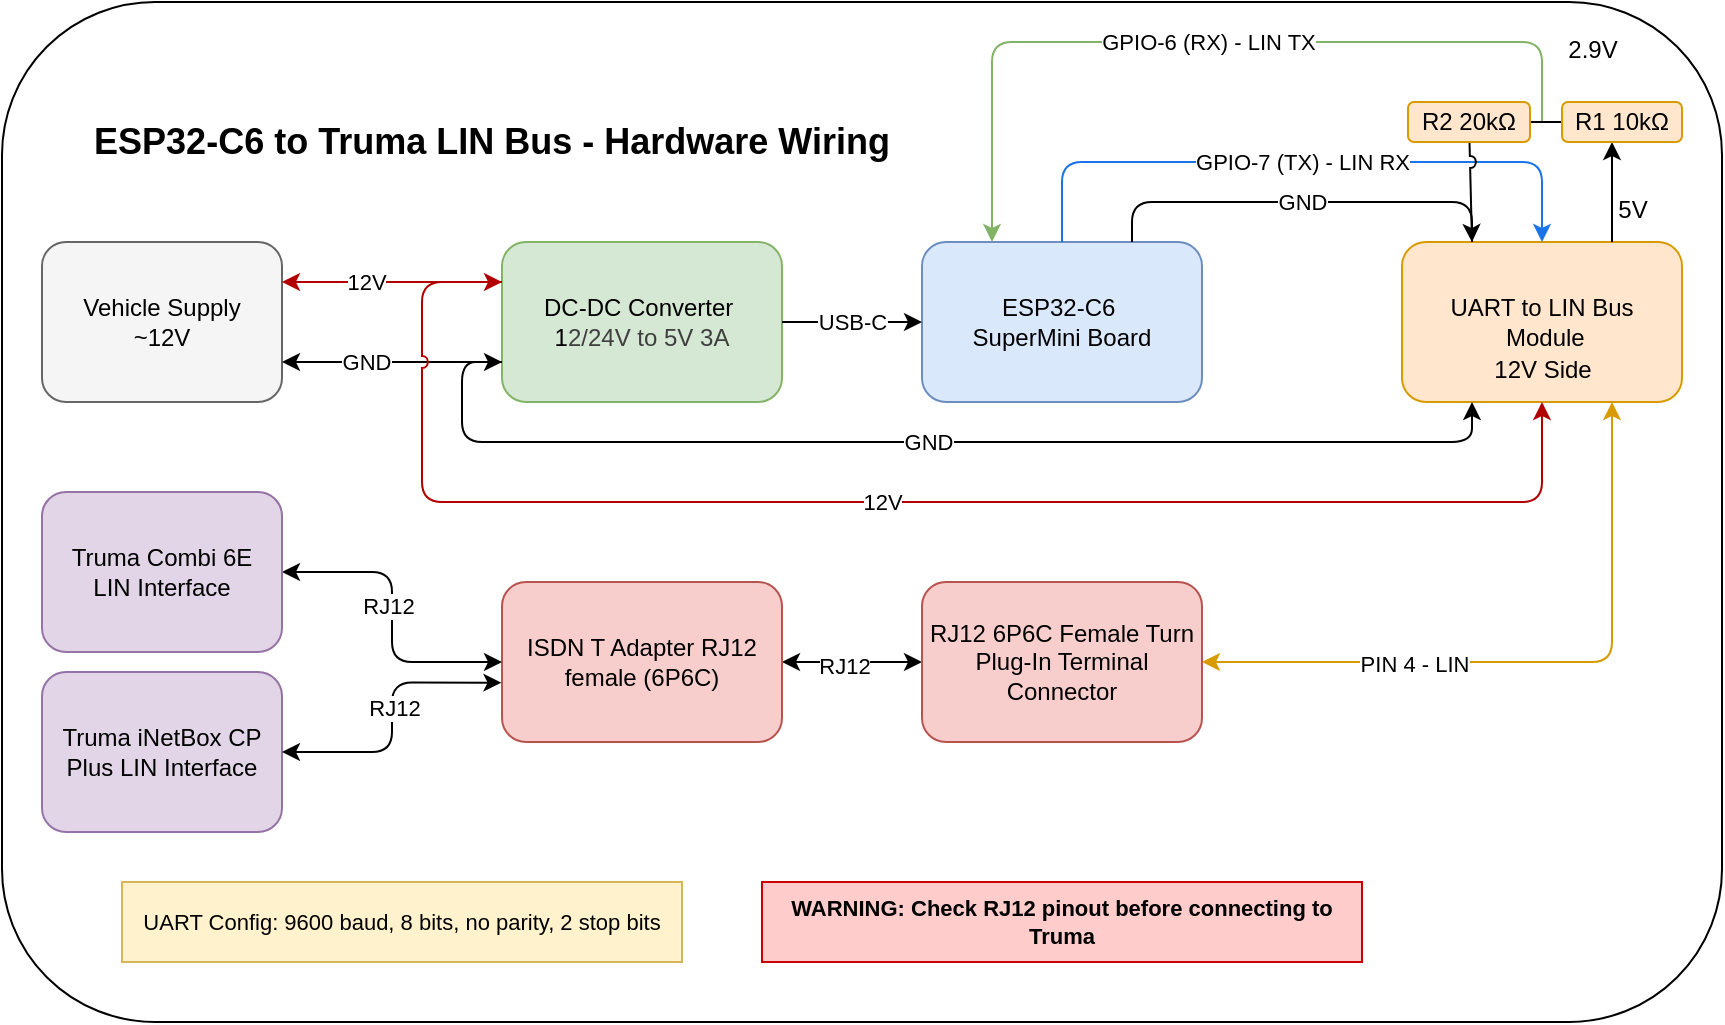
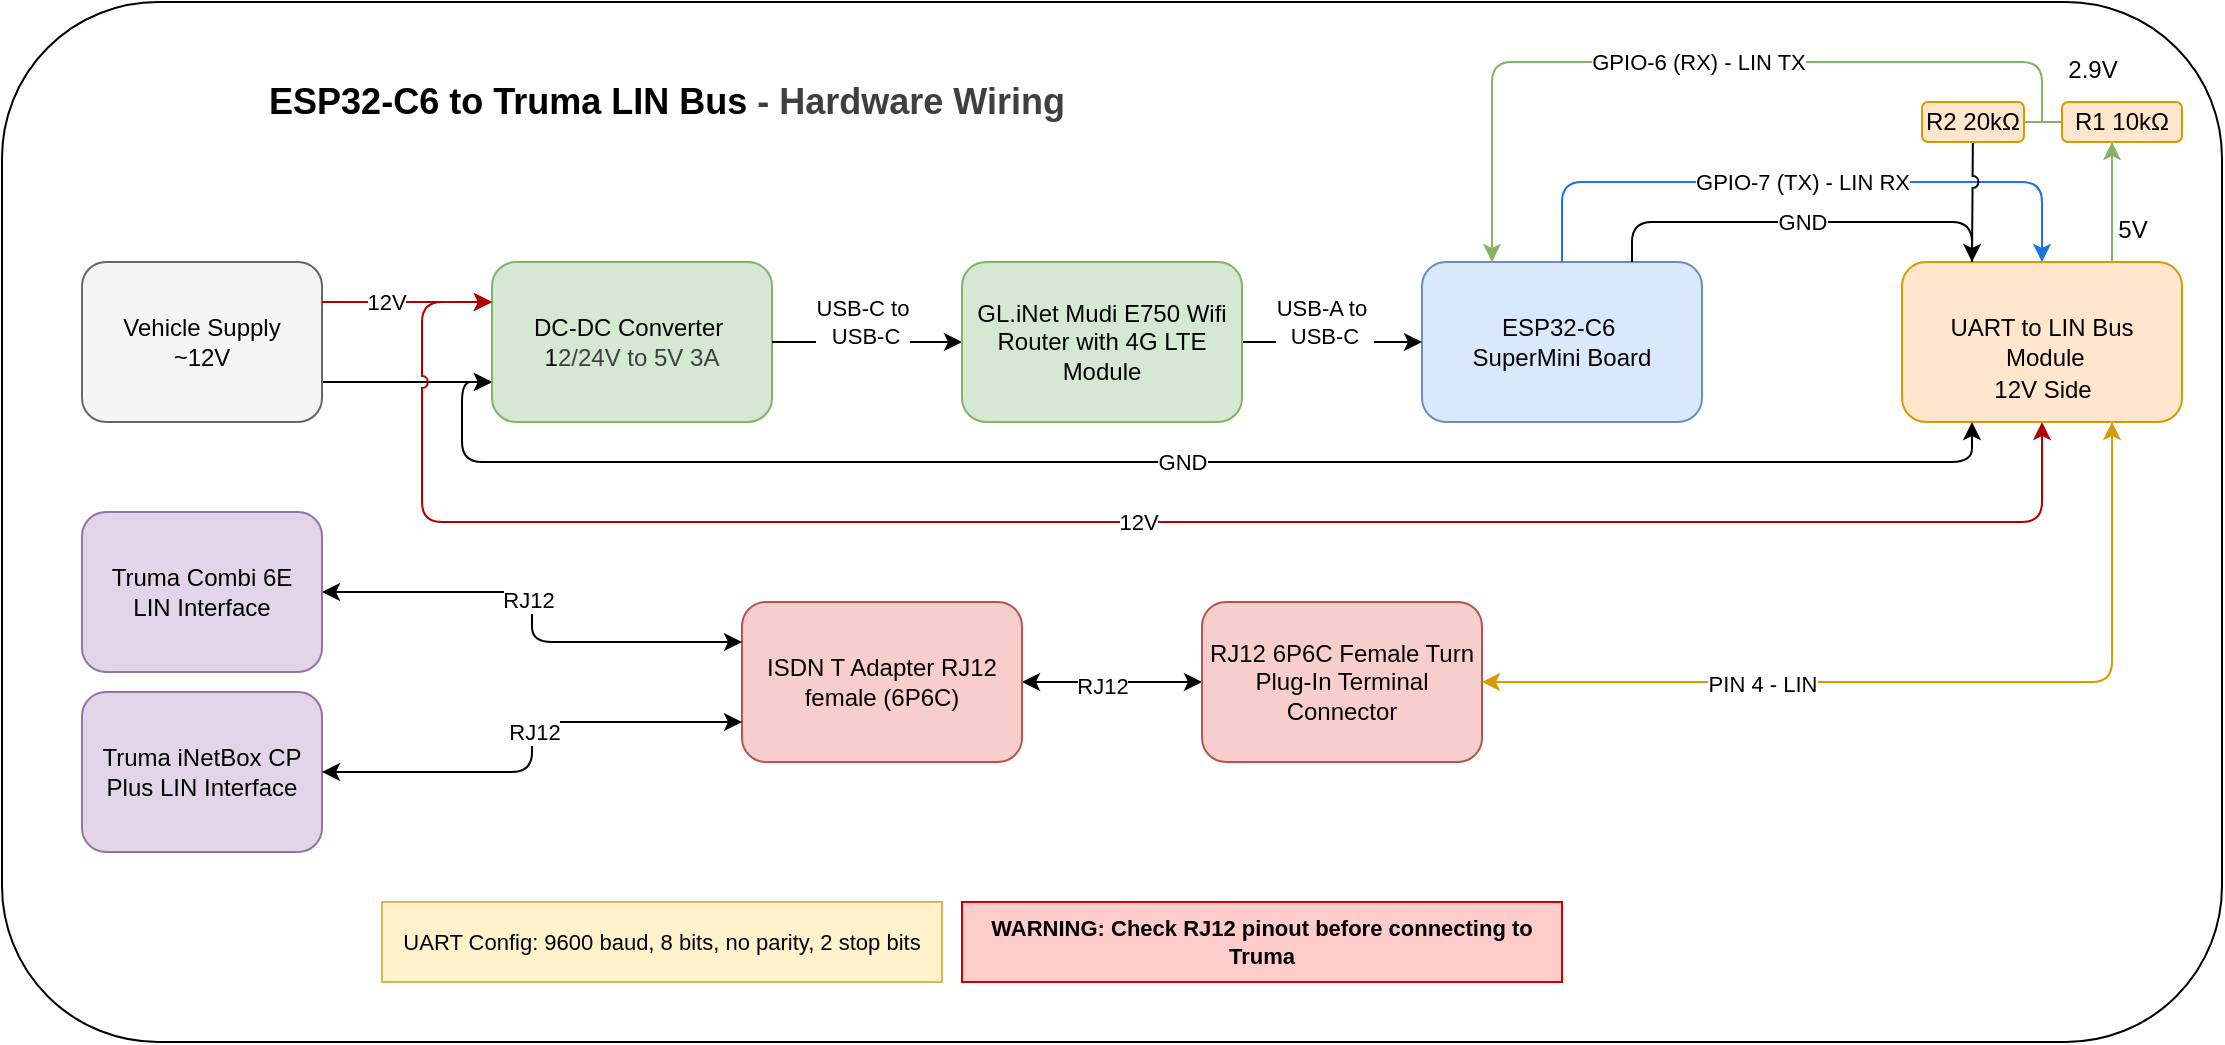
<mxfile host="65bd71144e">
    <diagram id="wiring" name="ESPHome Truma Wiring">
-         <mxGraphModel dx="705" dy="659" grid="1" gridSize="10" guides="1" tooltips="1" connect="1" arrows="1" fold="1" page="1" pageScale="1" pageWidth="1600" pageHeight="1000" math="0" shadow="0">
+         <mxGraphModel dx="2864" dy="1847" grid="1" gridSize="10" guides="1" tooltips="1" connect="1" arrows="1" fold="1" page="1" pageScale="1" pageWidth="1600" pageHeight="1000" math="0" shadow="0">
            <root>
                <mxCell id="0"/>
                <mxCell id="1" parent="0"/>
                <mxCell id="21" value="" style="rounded=1;whiteSpace=wrap;html=1;" parent="1" vertex="1">
-                     <mxGeometry x="60" width="860" height="510" as="geometry"/>
+                     <mxGeometry x="-190" y="-10" width="1110" height="520" as="geometry"/>
                </mxCell>
-                 <mxCell id="title" value="ESP32-C6 to Truma LIN Bus - Hardware Wiring" style="text;html=1;strokeColor=none;fillColor=none;align=center;verticalAlign=middle;whiteSpace=wrap;fontSize=18;fontStyle=1;" parent="1" vertex="1">
-                     <mxGeometry x="60" y="50" width="490" height="40" as="geometry"/>
+                 <mxCell id="title" value="ESP32-C6 to Truma LIN Bus&amp;nbsp;&lt;span style=&quot;color: rgb(63, 63, 63); background-color: transparent;&quot;&gt;- Hardware Wiring&lt;/span&gt;" style="text;html=1;strokeColor=none;fillColor=none;align=center;verticalAlign=middle;whiteSpace=wrap;fontSize=18;fontStyle=1;" parent="1" vertex="1">
+                     <mxGeometry x="-175" y="20" width="635" height="40" as="geometry"/>
+                 </mxCell>
+                 <mxCell id="36" style="edgeStyle=none;html=1;exitX=1;exitY=0.75;exitDx=0;exitDy=0;entryX=0;entryY=0.75;entryDx=0;entryDy=0;" edge="1" parent="1" source="src" target="dc">
+                     <mxGeometry relative="1" as="geometry"/>
                </mxCell>
                <mxCell id="src" value="Vehicle Supply &lt;br&gt;~12V" style="rounded=1;whiteSpace=wrap;html=1;fillColor=#f5f5f5;strokeColor=#666666;" parent="1" vertex="1">
-                     <mxGeometry x="80" y="120" width="120" height="80" as="geometry"/>
+                     <mxGeometry x="-150" y="120" width="120" height="80" as="geometry"/>
                </mxCell>
                <mxCell id="dc" value="DC-DC Converter&amp;nbsp;&lt;div&gt;1&lt;span style=&quot;color: rgb(63, 63, 63); background-color: transparent;&quot;&gt;2/24V to 5V 3A&lt;/span&gt;&lt;/div&gt;" style="rounded=1;whiteSpace=wrap;html=1;fillColor=#d5e8d4;strokeColor=#82b366;" parent="1" vertex="1">
-                     <mxGeometry x="310" y="120" width="140" height="80" as="geometry"/>
+                     <mxGeometry x="55" y="120" width="140" height="80" as="geometry"/>
                </mxCell>
                <mxCell id="esp" value="ESP32-C6&amp;nbsp;&lt;div&gt;SuperMini Board&lt;/div&gt;" style="rounded=1;whiteSpace=wrap;html=1;fillColor=#dae8fc;strokeColor=#6c8ebf;" parent="1" vertex="1">
                    <mxGeometry x="520" y="120" width="140" height="80" as="geometry"/>
                </mxCell>
                <mxCell id="lin" value="UART to LIN Bus&lt;div&gt;&amp;nbsp;Module&lt;/div&gt;" style="rounded=1;whiteSpace=wrap;html=1;fillColor=#ffe6cc;strokeColor=#d79b00;" parent="1" vertex="1">
                    <mxGeometry x="760" y="120" width="140" height="80" as="geometry"/>
                </mxCell>
                <mxCell id="17" style="edgeStyle=none;html=1;entryX=0;entryY=0.5;entryDx=0;entryDy=0;startArrow=classic;startFill=1;" parent="1" source="rj12a" target="16" edge="1">
-                     <mxGeometry relative="1" as="geometry"/>
+                     <mxGeometry relative="1" as="geometry">
+                         <mxPoint x="440" y="330" as="targetPoint"/>
+                     </mxGeometry>
                </mxCell>
                <mxCell id="19" value="RJ12" style="edgeLabel;html=1;align=center;verticalAlign=middle;resizable=0;points=[];" parent="17" vertex="1" connectable="0">
                    <mxGeometry x="-0.1257" y="-2" relative="1" as="geometry">
                        <mxPoint as="offset"/>
                    </mxGeometry>
                </mxCell>
                <mxCell id="rj12a" value="ISDN T Adapter RJ12 female (6P6C)" style="rounded=1;whiteSpace=wrap;html=1;fillColor=#f8cecc;strokeColor=#b85450;" parent="1" vertex="1">
-                     <mxGeometry x="310" y="290" width="140" height="80" as="geometry"/>
+                     <mxGeometry x="180" y="290" width="140" height="80" as="geometry"/>
                </mxCell>
                <mxCell id="truma" value="Truma iNetBox CP Plus LIN Interface" style="rounded=1;whiteSpace=wrap;html=1;fillColor=#e1d5e7;strokeColor=#9673a6;" parent="1" vertex="1">
-                     <mxGeometry x="80" y="335" width="120" height="80" as="geometry"/>
+                     <mxGeometry x="-150" y="335" width="120" height="80" as="geometry"/>
                </mxCell>
-                 <mxCell id="e1" value="12V" style="edgeStyle=orthogonalEdgeStyle;rounded=0;orthogonalLoop=1;jettySize=auto;html=1;exitX=1;exitY=0.25;exitDx=0;exitDy=0;entryX=0;entryY=0.25;entryDx=0;entryDy=0;fillColor=#e51400;strokeColor=#B20000;startArrow=classic;startFill=1;endArrow=none;endFill=0;" parent="1" source="src" target="dc" edge="1">
+                 <mxCell id="e1" value="12V" style="edgeStyle=orthogonalEdgeStyle;rounded=0;orthogonalLoop=1;jettySize=auto;html=1;exitX=1;exitY=0.25;exitDx=0;exitDy=0;entryX=0;entryY=0.25;entryDx=0;entryDy=0;fillColor=#e51400;strokeColor=#B20000;startArrow=none;startFill=0;endArrow=classic;endFill=1;" parent="1" source="src" target="dc" edge="1">
                    <mxGeometry x="-0.25" relative="1" as="geometry">
                        <mxPoint as="offset"/>
                    </mxGeometry>
                </mxCell>
-                 <mxCell id="e2" value="USB-C" style="edgeStyle=orthogonalEdgeStyle;rounded=0;orthogonalLoop=1;jettySize=auto;html=1;fillColor=none;" parent="1" source="dc" target="esp" edge="1">
-                     <mxGeometry relative="1" as="geometry"/>
+                 <mxCell id="e2" value="USB-C to&lt;div&gt;&amp;nbsp;USB-C&lt;/div&gt;" style="edgeStyle=orthogonalEdgeStyle;rounded=1;orthogonalLoop=1;jettySize=auto;html=1;fillColor=none;entryX=0;entryY=0.5;entryDx=0;entryDy=0;exitX=1;exitY=0.5;exitDx=0;exitDy=0;strokeColor=default;align=center;verticalAlign=middle;fontFamily=Helvetica;fontSize=11;fontColor=default;labelBackgroundColor=default;startArrow=none;startFill=0;endArrow=classic;endFill=1;curved=0;" parent="1" source="dc" target="32" edge="1">
+                     <mxGeometry x="-0.0528" y="10" relative="1" as="geometry">
+                         <Array as="points">
+                             <mxPoint x="220" y="160"/>
+                             <mxPoint x="220" y="160"/>
+                         </Array>
+                         <mxPoint as="offset"/>
+                     </mxGeometry>
                </mxCell>
                <mxCell id="e3" value="GND" style="edgeStyle=orthogonalEdgeStyle;rounded=1;orthogonalLoop=1;jettySize=auto;html=1;fillColor=none;exitX=0.75;exitY=0;exitDx=0;exitDy=0;entryX=0.25;entryY=0;entryDx=0;entryDy=0;startArrow=none;startFill=0;curved=0;endArrow=none;endFill=0;" parent="1" source="esp" target="lin" edge="1">
                    <mxGeometry relative="1" as="geometry">
                        <Array as="points">
                            <mxPoint x="625" y="100"/>
                            <mxPoint x="795" y="100"/>
                        </Array>
                    </mxGeometry>
                </mxCell>
                <mxCell id="e4" value="GPIO-7 (TX) - LIN RX" style="edgeStyle=orthogonalEdgeStyle;rounded=1;orthogonalLoop=1;jettySize=auto;html=1;strokeColor=#1a73e8;entryX=0.5;entryY=0;entryDx=0;entryDy=0;startArrow=none;startFill=0;curved=0;" parent="1" source="esp" target="lin" edge="1">
                    <mxGeometry relative="1" as="geometry">
                        <Array as="points">
                            <mxPoint x="590" y="80"/>
                            <mxPoint x="830" y="80"/>
                        </Array>
                    </mxGeometry>
                </mxCell>
-                 <mxCell id="e5" value="GPIO-6 (RX) - LIN TX" style="edgeStyle=orthogonalEdgeStyle;rounded=1;orthogonalLoop=1;jettySize=auto;html=1;strokeColor=#82b366;startArrow=none;startFill=0;fillColor=#d5e8d4;curved=0;endArrow=classic;endFill=1;" parent="1" target="esp" edge="1">
+                 <mxCell id="e5" value="GPIO-6 (RX) - LIN TX" style="edgeStyle=orthogonalEdgeStyle;rounded=1;orthogonalLoop=1;jettySize=auto;html=1;strokeColor=#82b366;startArrow=none;startFill=0;fillColor=#d5e8d4;curved=0;endArrow=classic;endFill=1;entryX=0.25;entryY=0;entryDx=0;entryDy=0;" parent="1" target="esp" edge="1">
                    <mxGeometry x="0.0003" relative="1" as="geometry">
                        <Array as="points">
                            <mxPoint x="830" y="20"/>
                            <mxPoint x="555" y="20"/>
                        </Array>
                        <mxPoint x="570" y="110" as="targetPoint"/>
                        <mxPoint as="offset"/>
-                         <mxPoint x="830" y="60" as="sourcePoint"/>
+                         <mxPoint x="830" y="50" as="sourcePoint"/>
                    </mxGeometry>
                </mxCell>
                <mxCell id="e6" value="GND" style="edgeStyle=orthogonalEdgeStyle;rounded=1;orthogonalLoop=1;jettySize=auto;html=1;fillColor=none;curved=0;entryX=0.25;entryY=1;entryDx=0;entryDy=0;startArrow=classic;startFill=1;exitX=0;exitY=0.75;exitDx=0;exitDy=0;" parent="1" source="dc" target="lin" edge="1">
                    <mxGeometry relative="1" as="geometry">
                        <Array as="points">
-                             <mxPoint x="290" y="180"/>
-                             <mxPoint x="290" y="220"/>
+                             <mxPoint x="40" y="180"/>
+                             <mxPoint x="40" y="220"/>
                            <mxPoint x="795" y="220"/>
                        </Array>
                        <mxPoint x="830" y="220" as="targetPoint"/>
                        <mxPoint x="280" y="180" as="sourcePoint"/>
                    </mxGeometry>
                </mxCell>
                <mxCell id="note1" value="UART Config: 9600 baud, 8 bits, no parity, 2 stop bits" style="rounded=0;whiteSpace=wrap;html=1;fillColor=#fff2cc;strokeColor=#d6b656;fontSize=11;" parent="1" vertex="1">
-                     <mxGeometry x="120" y="440" width="280" height="40" as="geometry"/>
+                     <mxGeometry y="440" width="280" height="40" as="geometry"/>
                </mxCell>
                <mxCell id="note2" value="WARNING: Check RJ12 pinout before connecting to Truma" style="rounded=0;whiteSpace=wrap;html=1;fillColor=#ffcccc;strokeColor=#cc0000;fontSize=11;fontStyle=1;" parent="1" vertex="1">
-                     <mxGeometry x="440" y="440" width="300" height="40" as="geometry"/>
-                 </mxCell>
-                 <mxCell id="2" value="GND" style="edgeStyle=orthogonalEdgeStyle;rounded=0;orthogonalLoop=1;jettySize=auto;html=1;exitX=1;exitY=0.75;exitDx=0;exitDy=0;entryX=0;entryY=0.75;entryDx=0;entryDy=0;startArrow=classic;startFill=1;endArrow=none;endFill=0;" parent="1" source="src" target="dc" edge="1">
-                     <mxGeometry x="-0.25" relative="1" as="geometry">
-                         <mxPoint x="210" y="170" as="sourcePoint"/>
-                         <mxPoint x="290" y="170" as="targetPoint"/>
-                         <mxPoint as="offset"/>
-                         <Array as="points">
-                             <mxPoint x="220" y="180"/>
-                             <mxPoint x="220" y="180"/>
-                         </Array>
-                     </mxGeometry>
+                     <mxGeometry x="290" y="440" width="300" height="40" as="geometry"/>
                </mxCell>
                <mxCell id="3" value="12V" style="edgeStyle=orthogonalEdgeStyle;rounded=1;orthogonalLoop=1;jettySize=auto;html=1;strokeColor=#B20000;exitX=0;exitY=0.25;exitDx=0;exitDy=0;fillColor=#e51400;curved=0;entryX=0.5;entryY=1;entryDx=0;entryDy=0;startArrow=classic;startFill=1;jumpStyle=arc;" parent="1" source="dc" target="lin" edge="1">
                    <mxGeometry relative="1" as="geometry">
                        <Array as="points">
-                             <mxPoint x="270" y="140"/>
-                             <mxPoint x="270" y="250"/>
+                             <mxPoint x="20" y="140"/>
+                             <mxPoint x="20" y="250"/>
                            <mxPoint x="830" y="250"/>
                        </Array>
                        <mxPoint x="360" y="210" as="sourcePoint"/>
                        <mxPoint x="780" y="210" as="targetPoint"/>
                    </mxGeometry>
                </mxCell>
                <mxCell id="6" value="12V Side" style="text;html=1;strokeColor=none;fillColor=none;align=center;" parent="1" vertex="1">
                    <mxGeometry x="805" y="170" width="50" height="20" as="geometry"/>
                </mxCell>
                <mxCell id="9" value="5V" style="text;html=1;strokeColor=none;fillColor=none;align=center;" parent="1" vertex="1">
                    <mxGeometry x="850" y="90" width="50" height="20" as="geometry"/>
                </mxCell>
-                 <mxCell id="11" style="edgeStyle=orthogonalEdgeStyle;html=1;startArrow=classic;startFill=1;" parent="1" source="10" target="rj12a" edge="1">
+                 <mxCell id="11" style="edgeStyle=orthogonalEdgeStyle;html=1;startArrow=classic;startFill=1;entryX=0;entryY=0.25;entryDx=0;entryDy=0;" parent="1" source="10" target="rj12a" edge="1">
                    <mxGeometry relative="1" as="geometry"/>
                </mxCell>
                <mxCell id="13" value="RJ12" style="edgeLabel;html=1;align=center;verticalAlign=middle;resizable=0;points=[];" parent="11" vertex="1" connectable="0">
                    <mxGeometry x="-0.0704" y="-2" relative="1" as="geometry">
                        <mxPoint as="offset"/>
                    </mxGeometry>
                </mxCell>
                <mxCell id="10" value="Truma Combi 6E&lt;div&gt;LIN Interface&lt;/div&gt;" style="rounded=1;whiteSpace=wrap;html=1;fillColor=#e1d5e7;strokeColor=#9673a6;" parent="1" vertex="1">
-                     <mxGeometry x="80" y="245" width="120" height="80" as="geometry"/>
+                     <mxGeometry x="-150" y="245" width="120" height="80" as="geometry"/>
                </mxCell>
-                 <mxCell id="12" style="edgeStyle=orthogonalEdgeStyle;html=1;entryX=-0.002;entryY=0.629;entryDx=0;entryDy=0;entryPerimeter=0;startArrow=classic;startFill=1;" parent="1" source="truma" target="rj12a" edge="1">
+                 <mxCell id="12" style="edgeStyle=orthogonalEdgeStyle;html=1;entryX=0;entryY=0.75;entryDx=0;entryDy=0;startArrow=classic;startFill=1;" parent="1" source="truma" target="rj12a" edge="1">
                    <mxGeometry relative="1" as="geometry"/>
                </mxCell>
                <mxCell id="14" value="RJ12" style="edgeLabel;html=1;align=center;verticalAlign=middle;resizable=0;points=[];" parent="12" vertex="1" connectable="0">
                    <mxGeometry x="0.066" y="-1" relative="1" as="geometry">
                        <mxPoint as="offset"/>
                    </mxGeometry>
                </mxCell>
                <mxCell id="16" value="RJ12 6P6C Female Turn Plug-In Terminal Connector" style="rounded=1;whiteSpace=wrap;html=1;fillColor=#f8cecc;strokeColor=#b85450;" parent="1" vertex="1">
-                     <mxGeometry x="520" y="290" width="140" height="80" as="geometry"/>
+                     <mxGeometry x="410" y="290" width="140" height="80" as="geometry"/>
                </mxCell>
                <mxCell id="18" style="edgeStyle=orthogonalEdgeStyle;html=1;entryX=0.75;entryY=1;entryDx=0;entryDy=0;fillColor=#ffcd28;strokeColor=#d79b00;gradientColor=#ffa500;startArrow=classic;startFill=1;" parent="1" source="16" target="lin" edge="1">
                    <mxGeometry relative="1" as="geometry"/>
                </mxCell>
                <mxCell id="20" value="PIN 4 - LIN" style="edgeLabel;html=1;align=center;verticalAlign=middle;resizable=0;points=[];" parent="18" vertex="1" connectable="0">
                    <mxGeometry x="-0.371" y="-1" relative="1" as="geometry">
                        <mxPoint as="offset"/>
                    </mxGeometry>
                </mxCell>
-                 <mxCell id="23" value="" style="edgeStyle=orthogonalEdgeStyle;rounded=1;orthogonalLoop=1;jettySize=auto;html=1;strokeColor=default;exitX=0.75;exitY=0;exitDx=0;exitDy=0;startArrow=none;startFill=0;fillColor=#d5e8d4;align=center;verticalAlign=middle;fontFamily=Helvetica;fontSize=11;fontColor=default;labelBackgroundColor=default;endArrow=classic;endFill=1;" parent="1" source="lin" target="22" edge="1">
+                 <mxCell id="23" value="" style="edgeStyle=orthogonalEdgeStyle;rounded=1;orthogonalLoop=1;jettySize=auto;html=1;strokeColor=#82b366;exitX=0.75;exitY=0;exitDx=0;exitDy=0;startArrow=none;startFill=0;fillColor=#d5e8d4;align=center;verticalAlign=middle;fontFamily=Helvetica;fontSize=11;fontColor=default;labelBackgroundColor=default;endArrow=classic;endFill=1;curved=0;" parent="1" source="lin" target="22" edge="1">
                    <mxGeometry x="0.0003" relative="1" as="geometry">
                        <Array as="points">
                            <mxPoint x="865" y="60"/>
                        </Array>
                        <mxPoint x="555" y="120" as="targetPoint"/>
                        <mxPoint as="offset"/>
                        <mxPoint x="865" y="120" as="sourcePoint"/>
                    </mxGeometry>
                </mxCell>
-                 <mxCell id="29" value="" style="edgeStyle=none;html=1;endArrow=none;endFill=0;" parent="1" source="22" target="24" edge="1">
+                 <mxCell id="29" value="" style="edgeStyle=none;html=1;endArrow=none;endFill=0;rounded=1;strokeColor=#82b366;align=center;verticalAlign=middle;fontFamily=Helvetica;fontSize=11;fontColor=default;labelBackgroundColor=default;startArrow=none;startFill=0;curved=0;fillColor=#d5e8d4;entryX=1;entryY=0.5;entryDx=0;entryDy=0;exitX=0;exitY=0.5;exitDx=0;exitDy=0;" parent="1" source="22" target="24" edge="1">
                    <mxGeometry relative="1" as="geometry">
-                         <Array as="points">
-                             <mxPoint x="830" y="60"/>
-                         </Array>
+                         <Array as="points"/>
                    </mxGeometry>
                </mxCell>
                <mxCell id="22" value="R1 10kΩ" style="rounded=1;whiteSpace=wrap;html=1;fillColor=#ffe6cc;strokeColor=#d79b00;" parent="1" vertex="1">
-                     <mxGeometry x="840" y="50" width="60" height="20" as="geometry"/>
+                     <mxGeometry x="840" y="40" width="60" height="20" as="geometry"/>
                </mxCell>
                <mxCell id="26" style="edgeStyle=none;html=1;entryX=0.25;entryY=0;entryDx=0;entryDy=0;jumpStyle=arc;" parent="1" source="24" target="lin" edge="1">
                    <mxGeometry relative="1" as="geometry"/>
                </mxCell>
                <mxCell id="24" value="R2 20kΩ" style="rounded=1;whiteSpace=wrap;html=1;fillColor=#ffe6cc;strokeColor=#d79b00;" parent="1" vertex="1">
-                     <mxGeometry x="763" y="50" width="61" height="20" as="geometry"/>
+                     <mxGeometry x="770" y="40" width="51" height="20" as="geometry"/>
                </mxCell>
                <mxCell id="31" value="2.9V" style="text;html=1;strokeColor=none;fillColor=none;align=center;" parent="1" vertex="1">
                    <mxGeometry x="840" y="10" width="29" height="20" as="geometry"/>
+                 </mxCell>
+                 <mxCell id="33" style="edgeStyle=none;html=1;exitX=1;exitY=0.5;exitDx=0;exitDy=0;" edge="1" parent="1" source="32" target="esp">
+                     <mxGeometry relative="1" as="geometry">
+                         <mxPoint x="440" y="160" as="targetPoint"/>
+                         <Array as="points">
+                             <mxPoint x="410" y="160"/>
+                         </Array>
+                     </mxGeometry>
+                 </mxCell>
+                 <mxCell id="34" value="USB-A to&amp;nbsp;&lt;div&gt;USB-C&lt;/div&gt;" style="edgeLabel;html=1;align=center;verticalAlign=middle;resizable=0;points=[];" vertex="1" connectable="0" parent="33">
+                     <mxGeometry x="-0.2182" y="-2" relative="1" as="geometry">
+                         <mxPoint x="30" y="-12" as="offset"/>
+                     </mxGeometry>
+                 </mxCell>
+                 <mxCell id="32" value="GL.iNet Mudi E750 Wifi Router with 4G LTE Module" style="rounded=1;whiteSpace=wrap;html=1;fillColor=#d5e8d4;strokeColor=#82b366;" vertex="1" parent="1">
+                     <mxGeometry x="290" y="120" width="140" height="80" as="geometry"/>
                </mxCell>
            </root>
        </mxGraphModel>
    </diagram>
</mxfile>